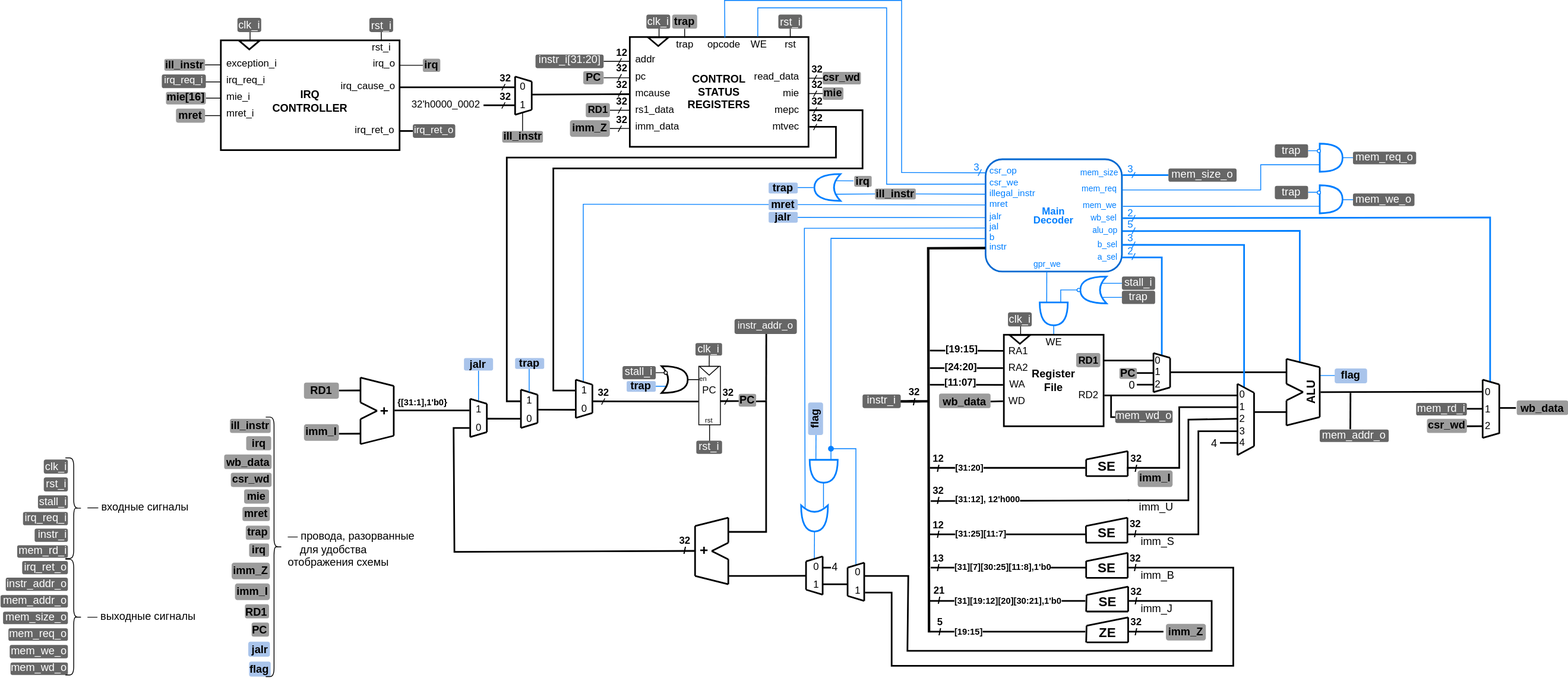
MPSU/APS keeps this draw.io diagram as .pic/Labs/lab_10_irq/fig_03.drawio.svg. Above is the earlier version. Source tidied: cells renumbered, new cells last; positions are measured from the earlier drawing's top-left corner, leaving out a move shared by most shapes.
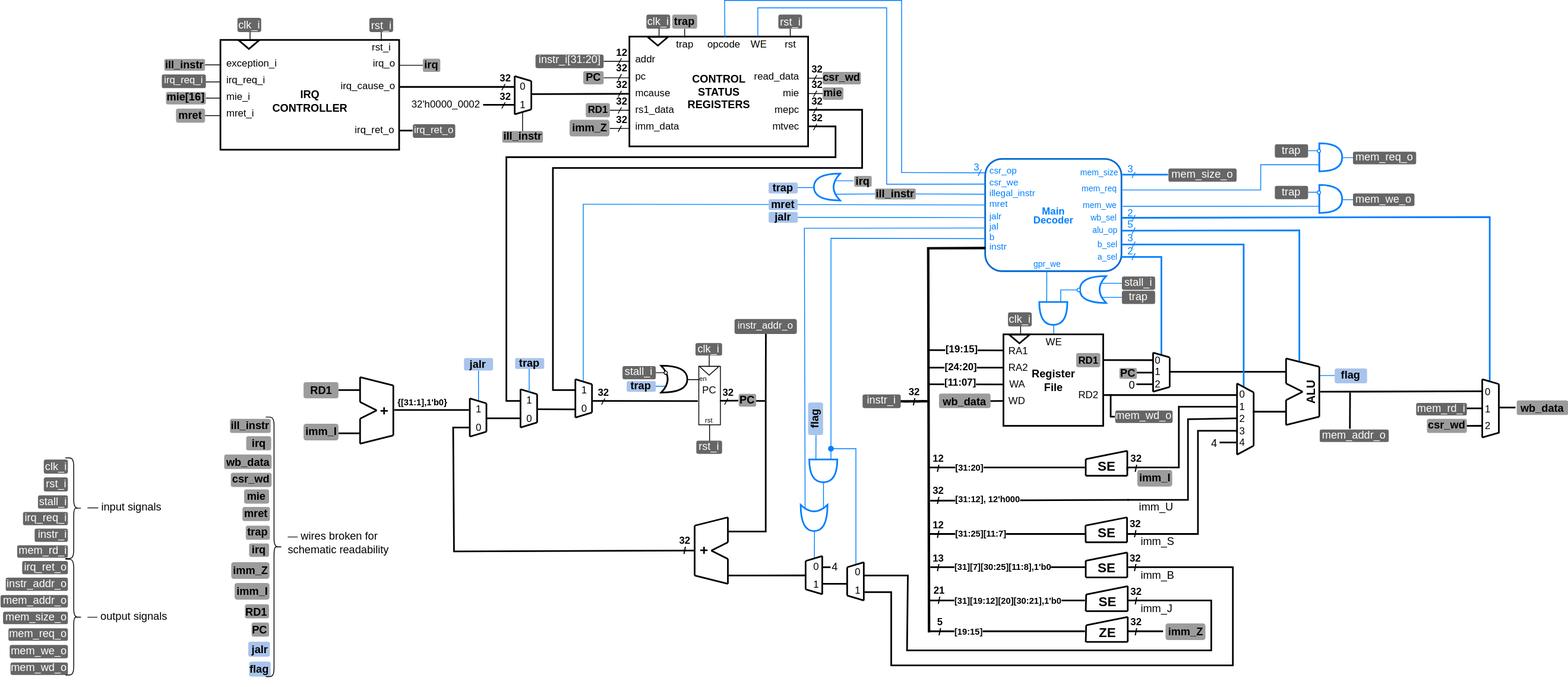
After the change.

Change to the diagram source:
```diff
@@ -927,13 +927,13 @@
     <mxCell id="188" style="shape=curlyBracket;whiteSpace=wrap;html=1;rounded=1;flipH=1;labelPosition=right;verticalLabelPosition=middle;align=left;verticalAlign=middle;spacingRight=1;strokeOpacity=100;fillOpacity=100;" parent="1" vertex="1">
       <mxGeometry x="78" y="550" width="20" height="121" as="geometry" />
     </mxCell>
-    <mxCell id="189" value="&lt;span style=&quot;color: rgb(0, 0, 0); font-family: Helvetica; font-size: 13px; font-style: normal; font-variant-ligatures: normal; font-variant-caps: normal; font-weight: 400; letter-spacing: normal; orphans: 2; text-align: center; text-indent: 0px; text-transform: none; widows: 2; word-spacing: 0px; -webkit-text-stroke-width: 0px; text-decoration-thickness: initial; text-decoration-style: initial; text-decoration-color: initial; float: none; display: inline !important;&quot;&gt;— входные сигналы&lt;/span&gt;" style="text;whiteSpace=wrap;html=1;labelBackgroundColor=none;strokeOpacity=100;fillOpacity=100;" parent="1" vertex="1">
+    <mxCell id="189" value="&lt;span style=&quot;color: rgb(0, 0, 0); font-family: Helvetica; font-size: 13px; font-style: normal; font-variant-ligatures: normal; font-variant-caps: normal; font-weight: 400; letter-spacing: normal; orphans: 2; text-align: center; text-indent: 0px; text-transform: none; widows: 2; word-spacing: 0px; -webkit-text-stroke-width: 0px; text-decoration-thickness: initial; text-decoration-style: initial; text-decoration-color: initial; float: none; display: inline !important;&quot;&gt;— input signals&lt;/span&gt;" style="text;whiteSpace=wrap;html=1;labelBackgroundColor=none;strokeOpacity=100;fillOpacity=100;" parent="1" vertex="1">
       <mxGeometry x="103" y="595" width="133" height="29" as="geometry" />
     </mxCell>
     <mxCell id="190" style="shape=curlyBracket;whiteSpace=wrap;html=1;rounded=1;flipH=1;labelPosition=right;verticalLabelPosition=middle;align=left;verticalAlign=middle;spacingRight=1;strokeOpacity=100;fillOpacity=100;" parent="1" vertex="1">
       <mxGeometry x="78" y="672" width="20" height="139" as="geometry" />
     </mxCell>
-    <mxCell id="191" value="—&lt;span style=&quot;color: rgb(0, 0, 0); font-family: Helvetica; font-size: 13px; font-style: normal; font-variant-ligatures: normal; font-variant-caps: normal; font-weight: 400; letter-spacing: normal; orphans: 2; text-align: center; text-indent: 0px; text-transform: none; widows: 2; word-spacing: 0px; -webkit-text-stroke-width: 0px; text-decoration-thickness: initial; text-decoration-style: initial; text-decoration-color: initial; float: none; display: inline !important;&quot;&gt; выходные сигналы&lt;/span&gt;" style="text;whiteSpace=wrap;html=1;labelBackgroundColor=none;strokeOpacity=100;fillOpacity=100;" parent="1" vertex="1">
+    <mxCell id="191" value="—&lt;span style=&quot;color: rgb(0, 0, 0); font-family: Helvetica; font-size: 13px; font-style: normal; font-variant-ligatures: normal; font-variant-caps: normal; font-weight: 400; letter-spacing: normal; orphans: 2; text-align: center; text-indent: 0px; text-transform: none; widows: 2; word-spacing: 0px; -webkit-text-stroke-width: 0px; text-decoration-thickness: initial; text-decoration-style: initial; text-decoration-color: initial; float: none; display: inline !important;&quot;&gt; output signals&lt;/span&gt;" style="text;whiteSpace=wrap;html=1;labelBackgroundColor=none;strokeOpacity=100;fillOpacity=100;" parent="1" vertex="1">
       <mxGeometry x="103" y="726" width="133" height="29" as="geometry" />
     </mxCell>
     <mxCell id="192" value="&lt;font style=&quot;font-size: 13px;&quot;&gt;mem_req_o&lt;/font&gt;" style="text;html=1;strokeColor=none;fillColor=#666666;align=right;verticalAlign=middle;whiteSpace=wrap;rounded=1;comic=0;fontColor=#FFFFFF;jiggle=0.5;spacing=0;spacingBottom=3;fontSize=13;fontStyle=0;spacingRight=1;strokeOpacity=100;fillOpacity=100;" parent="1" vertex="1">
@@ -951,7 +951,7 @@
     <mxCell id="196" style="shape=curlyBracket;whiteSpace=wrap;html=1;rounded=1;flipH=1;labelPosition=right;verticalLabelPosition=middle;align=left;verticalAlign=middle;strokeOpacity=100;fillOpacity=100;" parent="1" vertex="1">
       <mxGeometry x="319" y="501" width="20" height="312" as="geometry" />
     </mxCell>
-    <mxCell id="197" value="—&lt;span style=&quot;color: rgb(0, 0, 0); font-family: Helvetica; font-size: 13px; font-style: normal; font-variant-ligatures: normal; font-variant-caps: normal; font-weight: 400; letter-spacing: normal; orphans: 2; text-align: center; text-indent: 0px; text-transform: none; widows: 2; word-spacing: 0px; -webkit-text-stroke-width: 0px; text-decoration-thickness: initial; text-decoration-style: initial; text-decoration-color: initial; float: none; display: inline !important;&quot;&gt; провода, разорванные&amp;nbsp; &amp;nbsp; &amp;nbsp; &amp;nbsp; для удобства&amp;nbsp; &amp;nbsp; &amp;nbsp; &amp;nbsp; &amp;nbsp; &amp;nbsp; &amp;nbsp; &amp;nbsp; &amp;nbsp; &amp;nbsp; отображения схемы&lt;/span&gt;" style="text;whiteSpace=wrap;html=1;labelBackgroundColor=none;strokeOpacity=100;fillOpacity=100;" parent="1" vertex="1">
+    <mxCell id="197" value="—&lt;span style=&quot;color: rgb(0, 0, 0); font-family: Helvetica; font-size: 13px; font-style: normal; font-variant-ligatures: normal; font-variant-caps: normal; font-weight: 400; letter-spacing: normal; orphans: 2; text-align: center; text-indent: 0px; text-transform: none; widows: 2; word-spacing: 0px; -webkit-text-stroke-width: 0px; text-decoration-thickness: initial; text-decoration-style: initial; text-decoration-color: initial; float: none; display: inline !important;&quot;&gt; wires broken for schematic readability&lt;/span&gt;" style="text;whiteSpace=wrap;html=1;labelBackgroundColor=none;strokeOpacity=100;fillOpacity=100;" parent="1" vertex="1">
       <mxGeometry x="344" y="630" width="166" height="74" as="geometry" />
     </mxCell>
     <mxCell id="198" value="&lt;font style=&quot;font-size: 13px;&quot;&gt;PC&lt;/font&gt;" style="text;html=1;strokeColor=none;fillColor=#9C9C9C;align=right;verticalAlign=middle;whiteSpace=wrap;rounded=1;fontSize=13;fontColor=#000000;comic=0;jiggle=0.5;fontStyle=1;strokeOpacity=100;fillOpacity=100;" parent="1" vertex="1">
```
